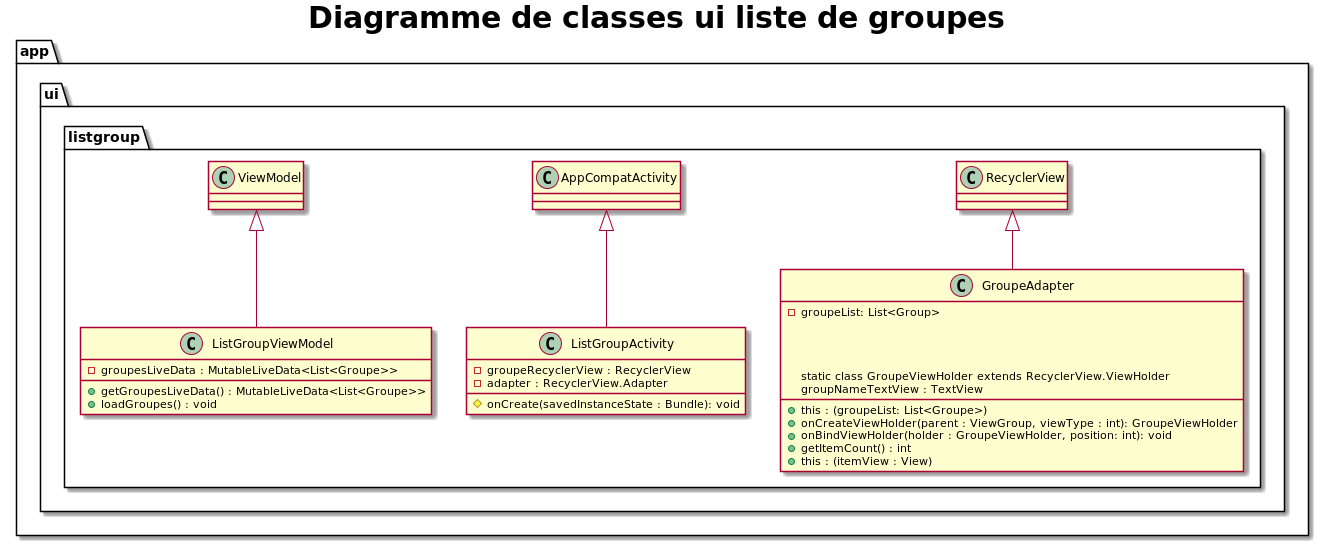
Earlier version of the PlantUML export app/docs/asciidoc/images/modelui4.png (SefkanTas/Sonofy).
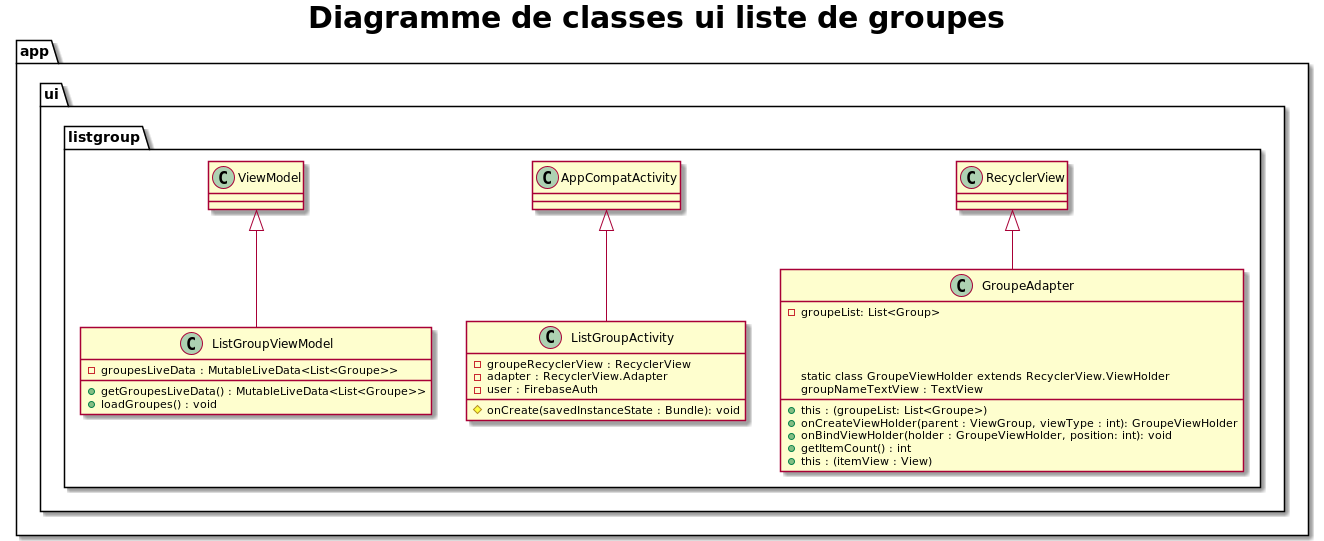
After the change.

What changed in the source:
```diff
@@ -26,6 +26,7 @@
                 class ListGroupActivity extends AppCompatActivity {
                     - groupeRecyclerView : RecyclerView
                     - adapter : RecyclerView.Adapter
+                    - user : FirebaseAuth
 
                     # onCreate(savedInstanceState : Bundle): void
                 }
```
